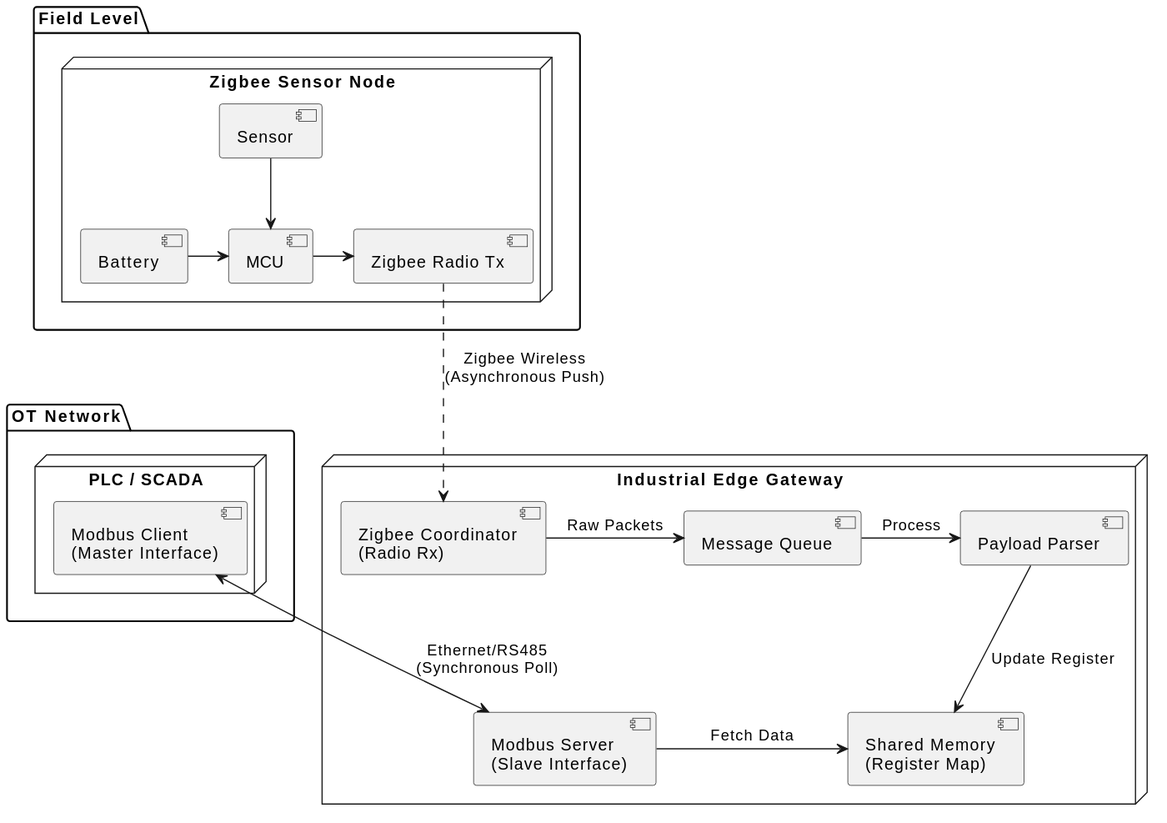
George-IRR/ZigBee-Gateway_nRF52840-DK keeps this PlantUML diagram as Docs/Diagram_out/Data_Seq.svg. Above is the earlier version.
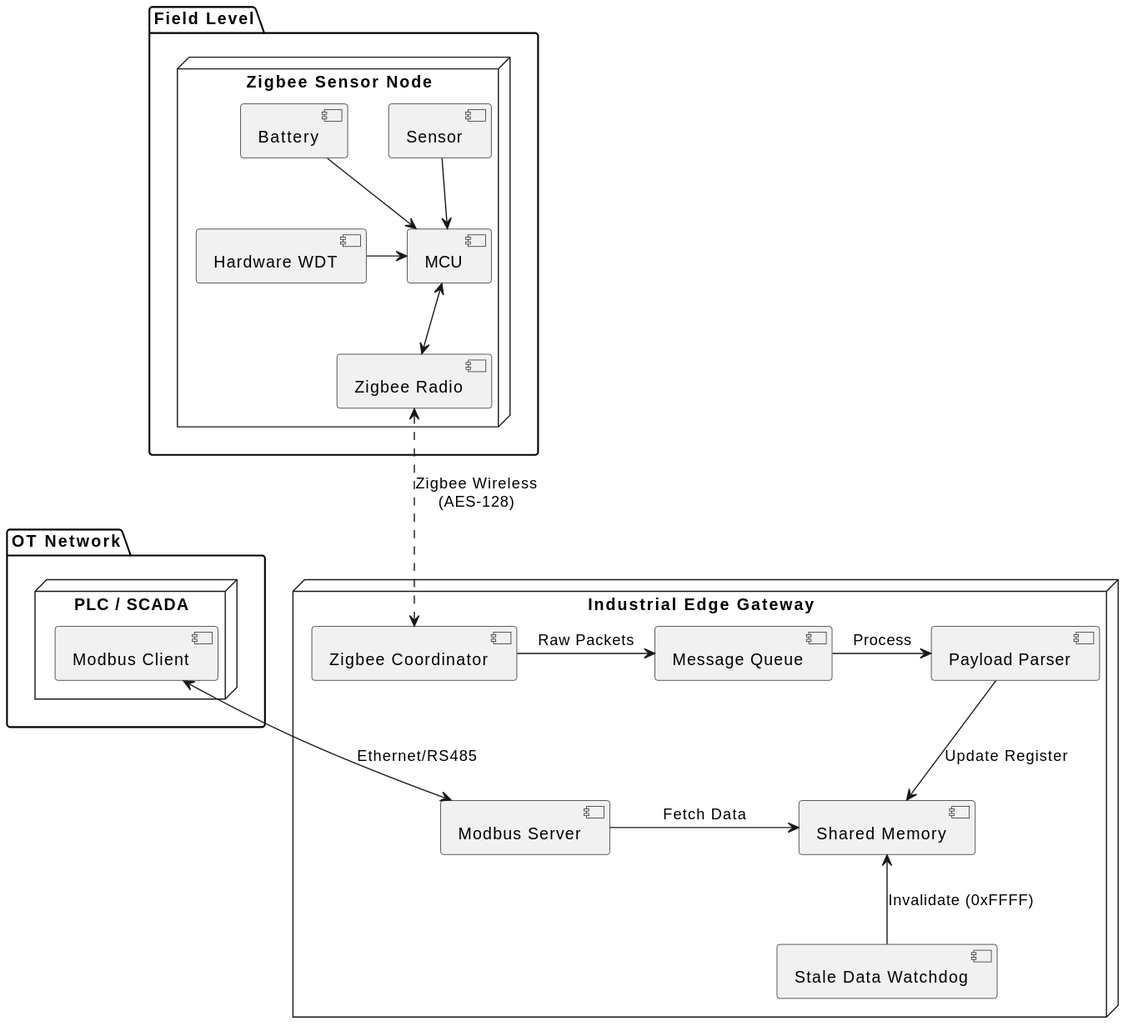
The same file after the commit.

The edit, as a diff of the source:
```diff
@@ -3,31 +3,34 @@
 
 package "Field Level" {
   node "Zigbee Sensor Node" {
-    [Battery] -right-> [MCU]
+    [Hardware WDT] -right-> [MCU]
+    [Battery] -down-> [MCU]
     [Sensor] -down-> [MCU]
-    [MCU] -right-> [Zigbee Radio Tx]
+    [MCU] <--> [Zigbee Radio]
   }
 }
 
 node "Industrial Edge Gateway" {
-  [Zigbee Coordinator\n(Radio Rx)] as ZBRx
+  [Zigbee Coordinator] as ZBRx
   [Message Queue] as MQ
   [Payload Parser] as Parser
-  [Shared Memory\n(Register Map)] as RegMap
-  [Modbus Server\n(Slave Interface)] as MBServer
+  [Stale Data Watchdog] as Timeout
+  [Shared Memory] as RegMap
+  [Modbus Server] as MBServer
 
   ZBRx -right-> MQ : Raw Packets
   MQ -right-> Parser : Process
   Parser -down-> RegMap : Update Register
+  Timeout -up-> RegMap : Invalidate (0xFFFF)
   RegMap <-right- MBServer : Fetch Data
 }
 
 package "OT Network" {
   node "PLC / SCADA" {
-    [Modbus Client\n(Master Interface)] as MBClient
+    [Modbus Client] as MBClient
   }
 }
 
-[Zigbee Radio Tx] ..> ZBRx : Zigbee Wireless\n(Asynchronous Push)
-MBClient <--> MBServer : Ethernet/RS485\n(Synchronous Poll)
+[Zigbee Radio] <..> ZBRx : Zigbee Wireless\n(AES-128)
+MBClient <--> MBServer : Ethernet/RS485
 @enduml
```
